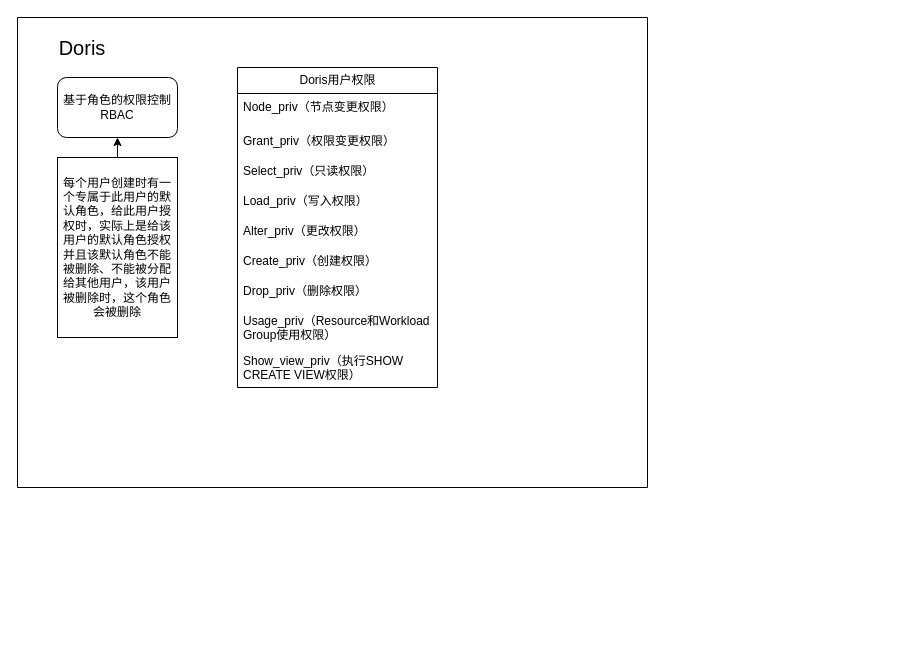
Before: page "doris单表权限控制设计" (2 of 2) of 数据湖.drawio in GorgeousU/draw.io, a draw.io diagram. Source tidied: cells renumbered, new cells numbered last; positions are measured from the earlier drawing's top-left corner, leaving out a move shared by most shapes. Both pictures are drawn from the tidied source at 100%, with x=0, y=0 at pixel (17, 17).
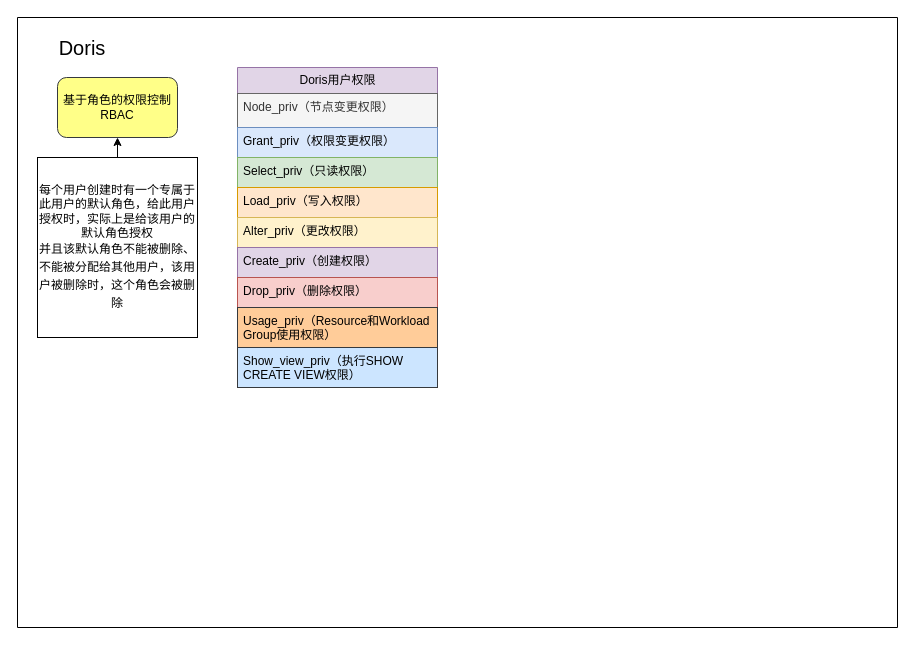
Above is the later version.

Commit message:
更新数据湖.drawio

Diff of the diagram source:
```diff
@@
 <mxGraphModel>
   <root>
     <mxCell id="0" />
     <mxCell id="1" parent="0" />
     <mxCell id="2" style="swimlane;startSize=0;" parent="1" vertex="1">
-      <mxGeometry width="630" height="470" as="geometry" />
+      <mxGeometry width="880" height="610" as="geometry" />
     </mxCell>
-    <mxCell id="3" value="基于角色的权限控制&lt;div&gt;RBAC&lt;/div&gt;" style="rounded=1;whiteSpace=wrap;html=1;" parent="2" vertex="1">
+    <mxCell id="3" value="基于角色的权限控制&lt;div&gt;RBAC&lt;/div&gt;" style="rounded=1;whiteSpace=wrap;html=1;fillColor=#ffff88;strokeColor=#36393d;" parent="2" vertex="1">
       <mxGeometry x="40" y="60" width="120" height="60" as="geometry" />
     </mxCell>
     <mxCell id="4" value="&lt;font style=&quot;font-size: 20px;&quot;&gt;Doris&lt;/font&gt;" style="text;html=1;align=center;verticalAlign=middle;whiteSpace=wrap;rounded=0;" parent="2" vertex="1">
       <mxGeometry x="20" y="10" width="90" height="40" as="geometry" />
     </mxCell>
-    <mxCell id="5" value="每个用户创建时有一个专属于此用户的默认角色，给此用户授权时，实际上是给该用户的默认角色授权&lt;div&gt;并且该默认角色不能被删除、不能被分配给其他用户，该用户被删除时，这个角色会被删除&lt;/div&gt;" style="rounded=0;whiteSpace=wrap;html=1;" parent="2" vertex="1">
-      <mxGeometry x="40" y="140" width="120" height="180" as="geometry" />
+    <mxCell id="5" value="每个用户创建时有一个专属于此用户的默认角色，给此用户授权时，实际上是给该用户的默认角色授权&lt;div style=&quot;line-height: 150%;&quot;&gt;并且该默认角色不能被删除、不能被分配给其他用户，该用户被删除时，这个角色会被删除&lt;/div&gt;" style="rounded=0;whiteSpace=wrap;html=1;" parent="2" vertex="1">
+      <mxGeometry x="20" y="140" width="160" height="180" as="geometry" />
     </mxCell>
     <mxCell id="6" style="endArrow=classic;html=1;rounded=0;exitX=0.5;exitY=0;exitDx=0;exitDy=0;entryX=0.5;entryY=1;entryDx=0;entryDy=0;" parent="2" edge="1" source="5" target="3">
       <mxGeometry relative="1" as="geometry" />
     </mxCell>
-    <mxCell id="7" value="Doris用户权限" style="swimlane;fontStyle=0;horizontal=1;startSize=26;fillColor=none;html=1;" parent="2" vertex="1">
+    <mxCell id="7" value="Doris用户权限" style="swimlane;fontStyle=0;horizontal=1;startSize=26;fillColor=#e1d5e7;html=1;strokeColor=#9673a6;" parent="2" vertex="1">
       <mxGeometry x="220" y="50" width="200" height="320" as="geometry" />
     </mxCell>
-    <mxCell id="8" value="Node_priv（节点变更权限）" style="text;strokeColor=none;fillColor=none;align=left;verticalAlign=top;spacingLeft=4;spacingRight=4;overflow=hidden;whiteSpace=wrap;html=1;" parent="7" vertex="1">
+    <mxCell id="8" value="Node_priv（节点变更权限）" style="text;strokeColor=#666666;fillColor=#f5f5f5;align=left;verticalAlign=top;spacingLeft=4;spacingRight=4;overflow=hidden;whiteSpace=wrap;html=1;fontColor=#333333;" parent="7" vertex="1">
       <mxGeometry y="26" width="200" height="34" as="geometry" />
     </mxCell>
-    <mxCell id="9" value="Grant_priv（权限变更权限）" style="text;strokeColor=none;fillColor=none;align=left;verticalAlign=top;spacingLeft=4;spacingRight=4;overflow=hidden;whiteSpace=wrap;html=1;" parent="7" vertex="1">
+    <mxCell id="9" value="Grant_priv（权限变更权限）" style="text;strokeColor=#6c8ebf;fillColor=#dae8fc;align=left;verticalAlign=top;spacingLeft=4;spacingRight=4;overflow=hidden;whiteSpace=wrap;html=1;" parent="7" vertex="1">
       <mxGeometry y="60" width="200" height="30" as="geometry" />
     </mxCell>
-    <mxCell id="10" value="Select_priv（只读权限）" style="text;strokeColor=none;fillColor=none;align=left;verticalAlign=top;spacingLeft=4;spacingRight=4;overflow=hidden;whiteSpace=wrap;html=1;" parent="7" vertex="1">
+    <mxCell id="10" value="Select_priv（只读权限）" style="text;strokeColor=#82b366;fillColor=#d5e8d4;align=left;verticalAlign=top;spacingLeft=4;spacingRight=4;overflow=hidden;whiteSpace=wrap;html=1;" parent="7" vertex="1">
       <mxGeometry y="90" width="200" height="30" as="geometry" />
     </mxCell>
-    <mxCell id="11" value="Load_priv（写入权限）" style="text;strokeColor=none;fillColor=none;align=left;verticalAlign=top;spacingLeft=4;spacingRight=4;overflow=hidden;whiteSpace=wrap;html=1;" parent="7" vertex="1">
+    <mxCell id="11" value="Load_priv（写入权限）" style="text;strokeColor=#d79b00;fillColor=#ffe6cc;align=left;verticalAlign=top;spacingLeft=4;spacingRight=4;overflow=hidden;whiteSpace=wrap;html=1;" parent="7" vertex="1">
       <mxGeometry y="120" width="200" height="30" as="geometry" />
     </mxCell>
-    <mxCell id="12" value="Alter_priv（更改权限）" style="text;strokeColor=none;fillColor=none;align=left;verticalAlign=top;spacingLeft=4;spacingRight=4;overflow=hidden;whiteSpace=wrap;html=1;" parent="7" vertex="1">
+    <mxCell id="12" value="Alter_priv（更改权限）" style="text;strokeColor=#d6b656;fillColor=#fff2cc;align=left;verticalAlign=top;spacingLeft=4;spacingRight=4;overflow=hidden;whiteSpace=wrap;html=1;" parent="7" vertex="1">
       <mxGeometry y="150" width="200" height="30" as="geometry" />
     </mxCell>
-    <mxCell id="13" value="Create_priv（创建权限）" style="text;strokeColor=none;fillColor=none;align=left;verticalAlign=top;spacingLeft=4;spacingRight=4;overflow=hidden;whiteSpace=wrap;html=1;" parent="7" vertex="1">
+    <mxCell id="13" value="Create_priv（创建权限）" style="text;strokeColor=#9673a6;fillColor=#e1d5e7;align=left;verticalAlign=top;spacingLeft=4;spacingRight=4;overflow=hidden;whiteSpace=wrap;html=1;" parent="7" vertex="1">
       <mxGeometry y="180" width="200" height="30" as="geometry" />
     </mxCell>
-    <mxCell id="14" value="Drop_priv（删除权限）" style="text;strokeColor=none;fillColor=none;align=left;verticalAlign=top;spacingLeft=4;spacingRight=4;overflow=hidden;whiteSpace=wrap;html=1;" parent="7" vertex="1">
+    <mxCell id="14" value="Drop_priv（删除权限）" style="text;strokeColor=#b85450;fillColor=#f8cecc;align=left;verticalAlign=top;spacingLeft=4;spacingRight=4;overflow=hidden;whiteSpace=wrap;html=1;" parent="7" vertex="1">
       <mxGeometry y="210" width="200" height="30" as="geometry" />
     </mxCell>
-    <mxCell id="15" value="Usage_priv（Resource和Workload Group使用权限）" style="text;strokeColor=none;fillColor=none;align=left;verticalAlign=top;spacingLeft=4;spacingRight=4;overflow=hidden;whiteSpace=wrap;html=1;" parent="7" vertex="1">
+    <mxCell id="15" value="Usage_priv（Resource和Workload Group使用权限）" style="text;strokeColor=#36393d;fillColor=#ffcc99;align=left;verticalAlign=top;spacingLeft=4;spacingRight=4;overflow=hidden;whiteSpace=wrap;html=1;" parent="7" vertex="1">
       <mxGeometry y="240" width="200" height="40" as="geometry" />
     </mxCell>
-    <mxCell id="16" value="Show_view_priv（执行SHOW CREATE VIEW权限）" style="text;strokeColor=none;fillColor=none;align=left;verticalAlign=top;spacingLeft=4;spacingRight=4;overflow=hidden;whiteSpace=wrap;html=1;" parent="7" vertex="1">
+    <mxCell id="16" value="Show_view_priv（执行SHOW CREATE VIEW权限）" style="text;strokeColor=#36393d;fillColor=#cce5ff;align=left;verticalAlign=top;spacingLeft=4;spacingRight=4;overflow=hidden;whiteSpace=wrap;html=1;" parent="7" vertex="1">
       <mxGeometry y="280" width="200" height="40" as="geometry" />
     </mxCell>
   </root>
 </mxGraphModel>
```
